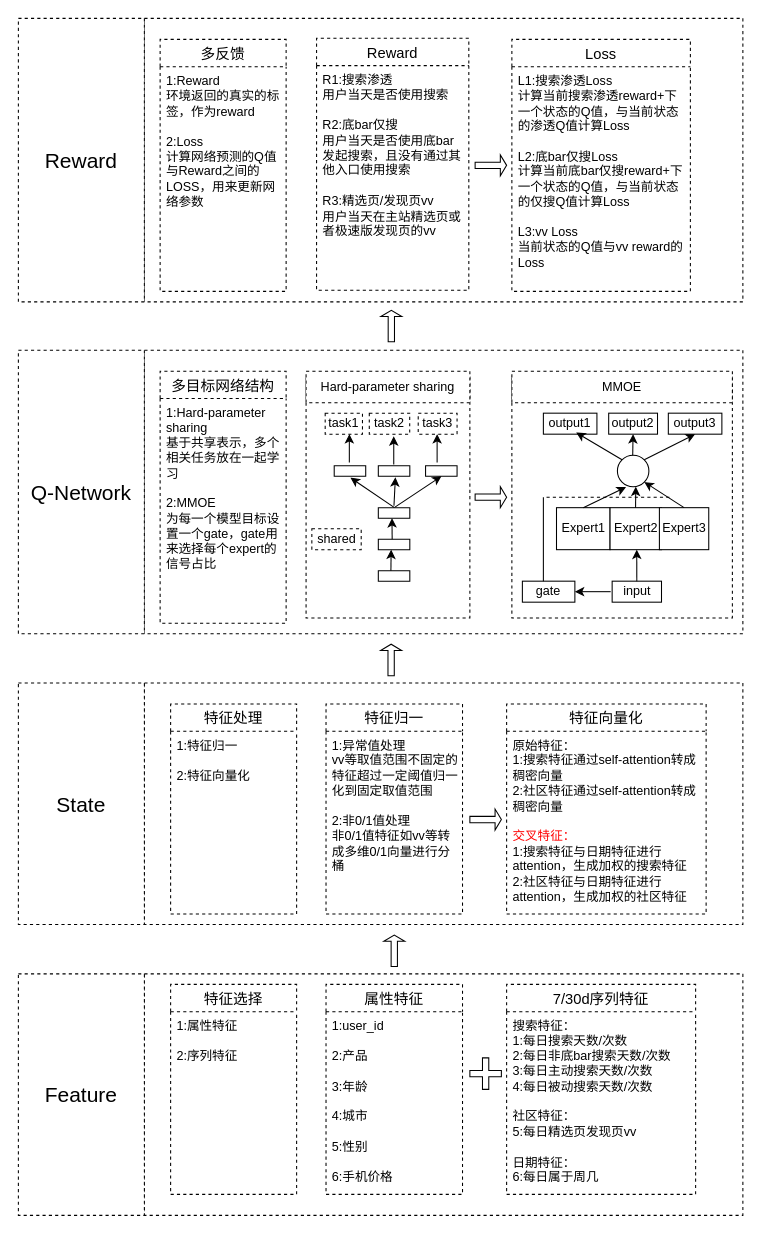
This is rl_dqn.drawio from whu20122015/draw.io, a draw.io file, before an edit. Source tidied: cells renumbered, new cells numbered last; positions are measured from the earlier drawing's top-left corner, leaving out a move shared by most shapes. Both pictures are drawn from the tidied source at 105%, with x=0, y=0 at pixel (18, 18).
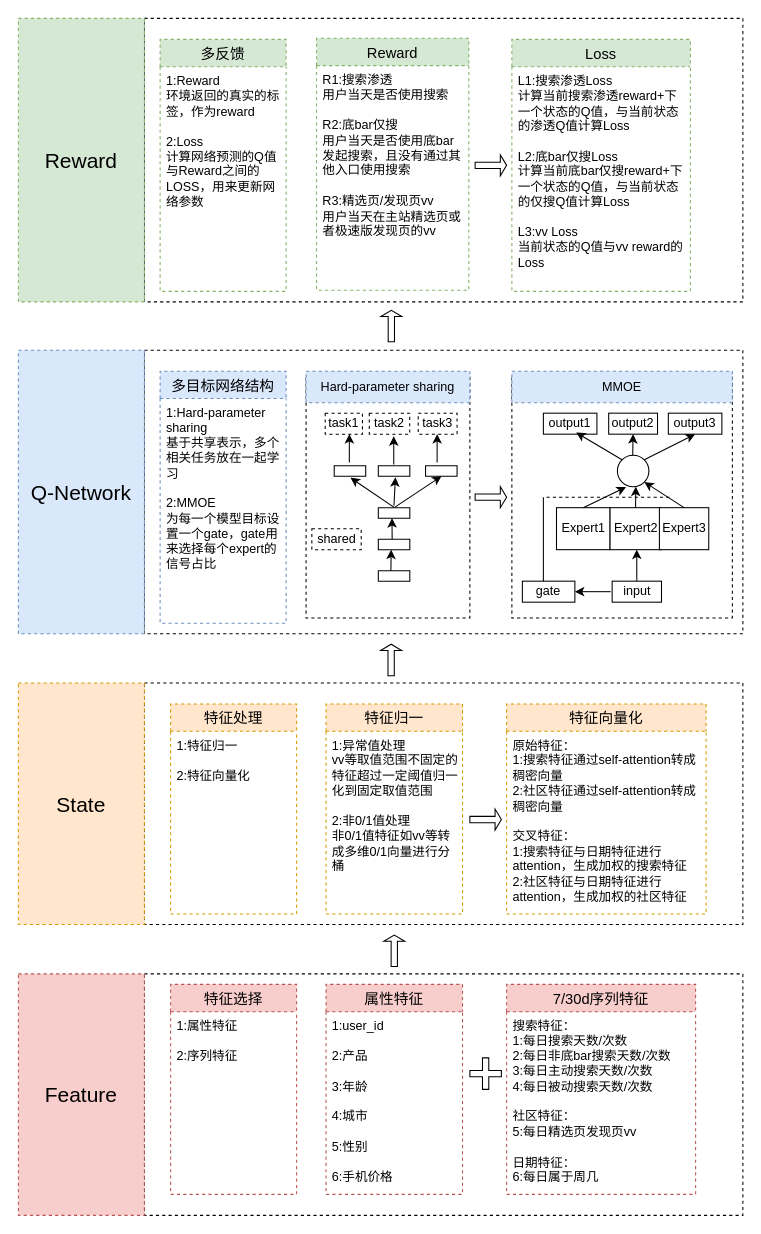
Above is the later version.

Diff of the diagram source:
```diff
@@
-    <mxCell id="5" value="属性特征" style="swimlane;fontStyle=0;horizontal=1;startSize=26;align=center;fontSize=14;dashed=1;" parent="1" vertex="1">
+    <mxCell id="5" value="属性特征" style="swimlane;fontStyle=0;horizontal=1;startSize=26;align=center;fontSize=14;dashed=1;fillColor=#f8cecc;strokeColor=#b85450;" parent="1" vertex="1">
       <mxGeometry x="293" y="920" width="130" height="200" as="geometry" />
     </mxCell>
@@
-    <mxCell id="7" value="7/30d序列特征" style="swimlane;fontStyle=0;horizontal=1;startSize=26;align=center;fontSize=14;dashed=1;" parent="1" vertex="1">
+    <mxCell id="7" value="7/30d序列特征" style="swimlane;fontStyle=0;horizontal=1;startSize=26;align=center;fontSize=14;dashed=1;fillColor=#f8cecc;strokeColor=#b85450;" parent="1" vertex="1">
       <mxGeometry x="465" y="920" width="180" height="200" as="geometry" />
     </mxCell>
@@
-    <mxCell id="9" value="特征选择" style="swimlane;fontStyle=0;horizontal=1;startSize=26;align=center;fontSize=14;dashed=1;" parent="1" vertex="1">
+    <mxCell id="9" value="特征选择" style="swimlane;fontStyle=0;horizontal=1;startSize=26;align=center;fontSize=14;dashed=1;fillColor=#f8cecc;strokeColor=#b85450;" parent="1" vertex="1">
       <mxGeometry x="145" y="920" width="120" height="200" as="geometry" />
     </mxCell>
@@
-    <mxCell id="11" value="特征归一" style="swimlane;fontStyle=0;horizontal=1;startSize=26;align=center;fontSize=14;dashed=1;" parent="1" vertex="1">
+    <mxCell id="11" value="特征归一" style="swimlane;fontStyle=0;horizontal=1;startSize=26;align=center;fontSize=14;dashed=1;fillColor=#ffe6cc;strokeColor=#d79b00;" parent="1" vertex="1">
       <mxGeometry x="293" y="653" width="130" height="200" as="geometry" />
     </mxCell>
@@
-    <mxCell id="13" value="特征向量化" style="swimlane;fontStyle=0;horizontal=1;startSize=26;align=center;fontSize=14;dashed=1;" parent="1" vertex="1">
+    <mxCell id="13" value="特征向量化" style="swimlane;fontStyle=0;horizontal=1;startSize=26;align=center;fontSize=14;dashed=1;fillColor=#ffe6cc;strokeColor=#d79b00;" parent="1" vertex="1">
       <mxGeometry x="465" y="653" width="190" height="200" as="geometry" />
     </mxCell>
-    <mxCell id="14" value="原始特征：&lt;br&gt;1:搜索特征通过self-attention转成稠密向量&lt;br&gt;2:社区特征通过self-attention转成稠密向量&lt;br&gt;&lt;br&gt;&lt;font color=&quot;#ff0000&quot;&gt;交叉特征：&lt;/font&gt;&lt;br&gt;1:搜索特征与日期特征进行attention，生成加权的搜索特征&lt;br&gt;2:社区特征与日期特征进行attention，生成加权的社区特征" style="text;strokeColor=none;fillColor=none;spacingLeft=4;spacingRight=4;overflow=hidden;fontSize=12;whiteSpace=wrap;html=1;" parent="13" vertex="1">
+    <mxCell id="14" value="原始特征：&lt;br&gt;1:搜索特征通过self-attention转成稠密向量&lt;br&gt;2:社区特征通过self-attention转成稠密向量&lt;br&gt;&lt;br&gt;交叉特征：&lt;br&gt;1:搜索特征与日期特征进行attention，生成加权的搜索特征&lt;br&gt;2:社区特征与日期特征进行attention，生成加权的社区特征" style="text;strokeColor=none;fillColor=none;spacingLeft=4;spacingRight=4;overflow=hidden;fontSize=12;whiteSpace=wrap;html=1;" parent="13" vertex="1">
       <mxGeometry y="26" width="190" height="174" as="geometry" />
     </mxCell>
-    <mxCell id="15" value="特征处理" style="swimlane;fontStyle=0;horizontal=1;startSize=26;align=center;fontSize=14;dashed=1;" parent="1" vertex="1">
+    <mxCell id="15" value="特征处理" style="swimlane;fontStyle=0;horizontal=1;startSize=26;align=center;fontSize=14;dashed=1;fillColor=#ffe6cc;strokeColor=#d79b00;" parent="1" vertex="1">
       <mxGeometry x="145" y="653" width="120" height="200" as="geometry" />
     </mxCell>
@@
-    <mxCell id="19" value="多目标网络结构" style="swimlane;fontStyle=0;horizontal=1;startSize=26;align=center;fontSize=14;dashed=1;" parent="1" vertex="1">
+    <mxCell id="19" value="多目标网络结构" style="swimlane;fontStyle=0;horizontal=1;startSize=26;align=center;fontSize=14;dashed=1;fillColor=#dae8fc;strokeColor=#6c8ebf;" parent="1" vertex="1">
       <mxGeometry x="135" y="336" width="120" height="240" as="geometry" />
     </mxCell>
@@
-    <mxCell id="41" value="Hard-parameter sharing" style="rounded=0;whiteSpace=wrap;html=1;dashed=1;" parent="1" vertex="1">
+    <mxCell id="41" value="Hard-parameter sharing" style="rounded=0;whiteSpace=wrap;html=1;dashed=1;fillColor=#dae8fc;strokeColor=#6c8ebf;" parent="1" vertex="1">
       <mxGeometry x="274" y="336" width="156" height="30" as="geometry" />
     </mxCell>
@@
-    <mxCell id="59" value="MMOE" style="rounded=0;whiteSpace=wrap;html=1;dashed=1;" parent="1" vertex="1">
+    <mxCell id="59" value="MMOE" style="rounded=0;whiteSpace=wrap;html=1;dashed=1;fillColor=#dae8fc;strokeColor=#6c8ebf;" parent="1" vertex="1">
       <mxGeometry x="470" y="336" width="210" height="30" as="geometry" />
     </mxCell>
@@
-    <mxCell id="65" value="&lt;font style=&quot;font-size: 20px;&quot;&gt;State&lt;/font&gt;" style="rounded=0;whiteSpace=wrap;html=1;dashed=1;" parent="1" vertex="1">
+    <mxCell id="65" value="&lt;font style=&quot;font-size: 20px;&quot;&gt;State&lt;/font&gt;" style="rounded=0;whiteSpace=wrap;html=1;dashed=1;fillColor=#ffe6cc;strokeColor=#d79b00;" parent="1" vertex="1">
       <mxGeometry y="633" width="120" height="230" as="geometry" />
     </mxCell>
-    <mxCell id="66" value="&lt;font style=&quot;font-size: 20px;&quot;&gt;Q-Network&lt;/font&gt;" style="rounded=0;whiteSpace=wrap;html=1;dashed=1;" parent="1" vertex="1">
+    <mxCell id="66" value="&lt;font style=&quot;font-size: 20px;&quot;&gt;Q-Network&lt;/font&gt;" style="rounded=0;whiteSpace=wrap;html=1;dashed=1;fillColor=#dae8fc;strokeColor=#6c8ebf;" parent="1" vertex="1">
       <mxGeometry y="316" width="120" height="270" as="geometry" />
     </mxCell>
-    <mxCell id="67" value="&lt;font style=&quot;font-size: 20px;&quot;&gt;Feature&lt;/font&gt;" style="rounded=0;whiteSpace=wrap;html=1;dashed=1;" parent="1" vertex="1">
+    <mxCell id="67" value="&lt;font style=&quot;font-size: 20px;&quot;&gt;Feature&lt;/font&gt;" style="rounded=0;whiteSpace=wrap;html=1;dashed=1;fillColor=#f8cecc;strokeColor=#b85450;" parent="1" vertex="1">
       <mxGeometry y="910" width="120" height="230" as="geometry" />
     </mxCell>
@@
-    <mxCell id="69" value="&lt;font style=&quot;font-size: 20px;&quot;&gt;Reward&lt;/font&gt;" style="rounded=0;whiteSpace=wrap;html=1;dashed=1;" parent="1" vertex="1">
+    <mxCell id="69" value="&lt;font style=&quot;font-size: 20px;&quot;&gt;Reward&lt;/font&gt;" style="rounded=0;whiteSpace=wrap;html=1;dashed=1;fillColor=#d5e8d4;strokeColor=#82b366;" parent="1" vertex="1">
       <mxGeometry width="120" height="270" as="geometry" />
     </mxCell>
@@
-    <mxCell id="71" value="多反馈" style="swimlane;fontStyle=0;horizontal=1;startSize=26;align=center;fontSize=14;dashed=1;" parent="1" vertex="1">
+    <mxCell id="71" value="多反馈" style="swimlane;fontStyle=0;horizontal=1;startSize=26;align=center;fontSize=14;dashed=1;fillColor=#d5e8d4;strokeColor=#82b366;" parent="1" vertex="1">
       <mxGeometry x="135" y="20" width="120" height="240" as="geometry" />
     </mxCell>
@@
-    <mxCell id="73" value="Reward" style="swimlane;fontStyle=0;horizontal=1;startSize=26;align=center;fontSize=14;dashed=1;" parent="1" vertex="1">
+    <mxCell id="73" value="Reward" style="swimlane;fontStyle=0;horizontal=1;startSize=26;align=center;fontSize=14;dashed=1;fillColor=#d5e8d4;strokeColor=#82b366;" parent="1" vertex="1">
       <mxGeometry x="284" y="19" width="145" height="240" as="geometry" />
     </mxCell>
@@
-    <mxCell id="75" value="Loss" style="swimlane;fontStyle=0;horizontal=1;startSize=26;align=center;fontSize=14;dashed=1;" parent="1" vertex="1">
+    <mxCell id="75" value="Loss" style="swimlane;fontStyle=0;horizontal=1;startSize=26;align=center;fontSize=14;dashed=1;fillColor=#d5e8d4;strokeColor=#82b366;" parent="1" vertex="1">
       <mxGeometry x="470" y="20" width="170" height="240" as="geometry" />
     </mxCell>
```
